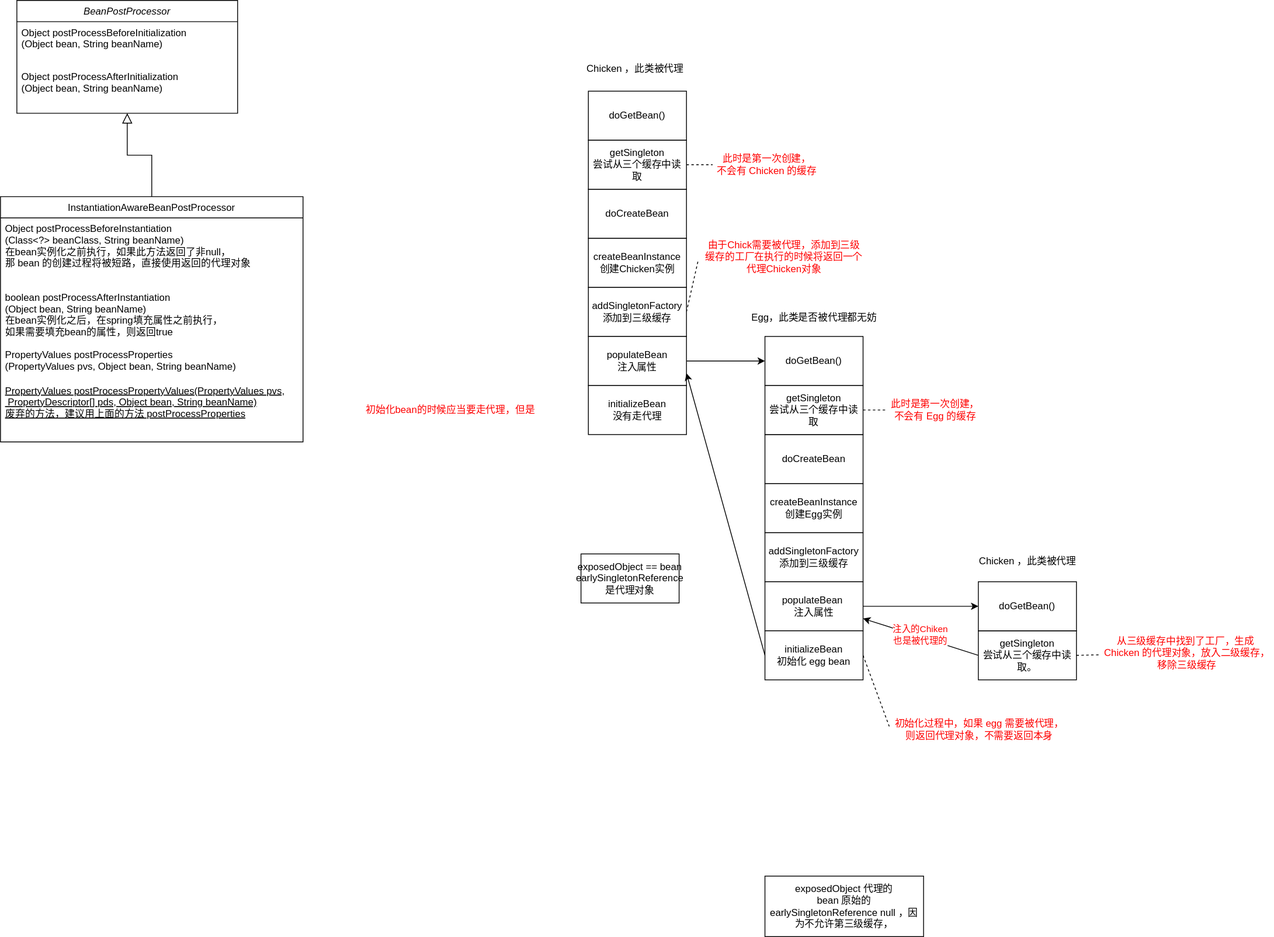
This is spring.svg from peihuanhuan/draw.io, a draw.io export, as it was before one commit. Source tidied: cells renumbered, new cells last; positions are measured from the earlier drawing's top-left corner, leaving out a move shared by most shapes.
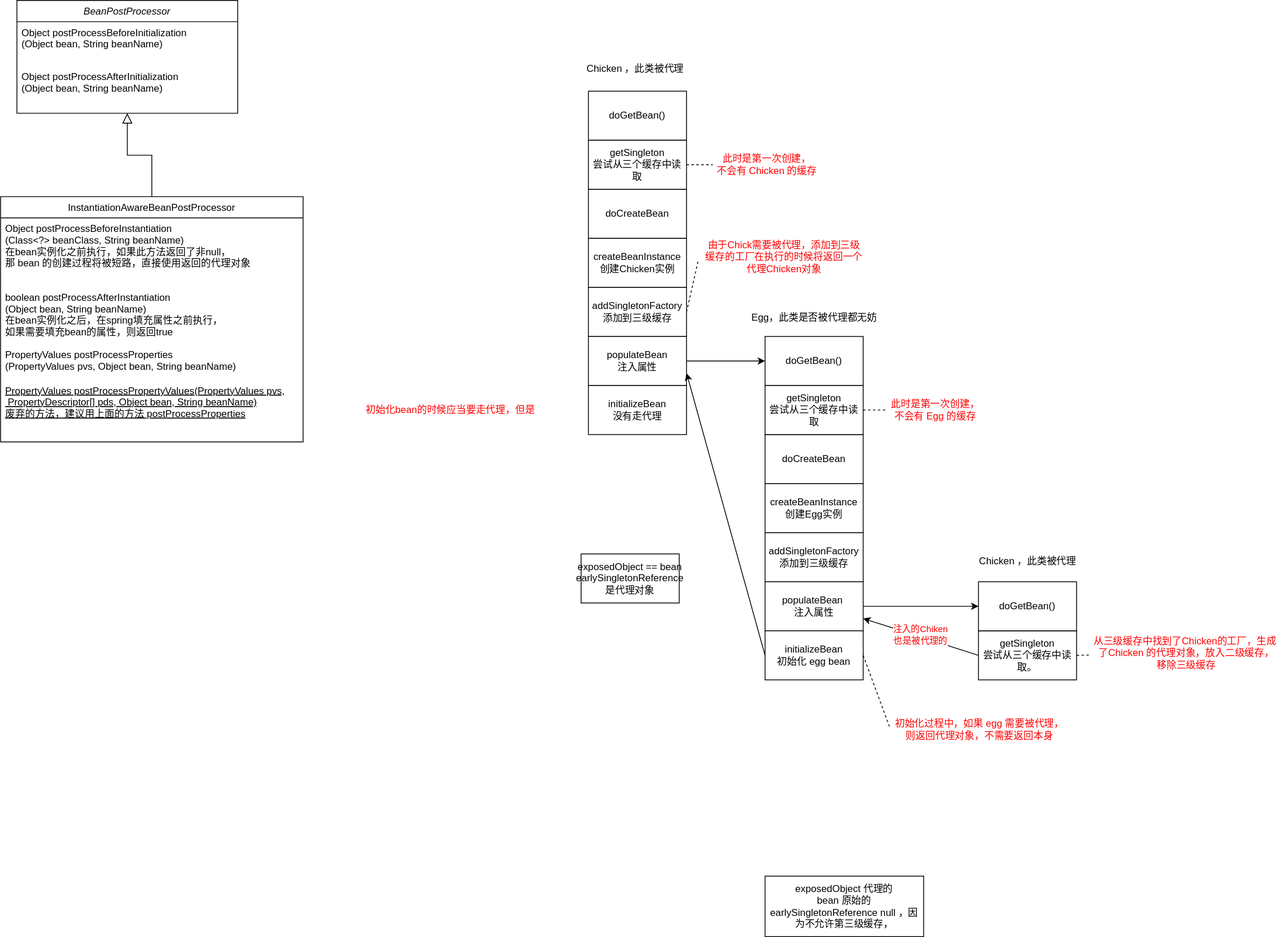
Above is the later version.

The edit, as a diff of the source:
```diff
@@ -116,8 +116,8 @@
     <mxCell id="39" value="getSingleton&lt;br&gt;尝试从三个缓存中读取。" style="rounded=0;whiteSpace=wrap;html=1;" parent="1" vertex="1">
       <mxGeometry x="1196" y="771" width="120" height="60" as="geometry" />
     </mxCell>
-    <mxCell id="40" value="&lt;div&gt;&lt;span&gt;&lt;font&gt;从三级缓存中找到了工厂，&lt;/font&gt;&lt;/span&gt;&lt;span&gt;生成&amp;nbsp;&lt;/span&gt;&lt;/div&gt;&lt;span&gt;Chicken 的&lt;/span&gt;&lt;span&gt;代理对象，放入二级缓存，&lt;br&gt;&lt;/span&gt;&lt;span&gt;移除三级缓存&lt;br&gt;&lt;/span&gt;" style="text;html=1;align=center;verticalAlign=middle;points=[];fontColor=#FF0000;" parent="1" vertex="1">
-      <mxGeometry x="1344" y="775" width="213" height="46" as="geometry" />
+    <mxCell id="40" value="&lt;div&gt;&lt;span&gt;&lt;font&gt;从三级缓存中找到了Chicken的工厂，&lt;/font&gt;&lt;/span&gt;&lt;span&gt;生成&amp;nbsp;&lt;/span&gt;&lt;/div&gt;&lt;span&gt;了Chicken 的&lt;/span&gt;&lt;span&gt;代理对象，放入二级缓存，&lt;br&gt;&lt;/span&gt;&lt;span&gt;移除三级缓存&lt;br&gt;&lt;/span&gt;" style="text;html=1;align=center;verticalAlign=middle;points=[];fontColor=#FF0000;" parent="1" vertex="1">
+      <mxGeometry x="1332" y="775" width="237" height="46" as="geometry" />
     </mxCell>
     <mxCell id="41" value="&lt;span style=&quot;color: rgb(0 , 0 , 0)&quot;&gt;Chicken ，此类被代理&lt;/span&gt;" style="text;html=1;align=center;verticalAlign=middle;fontColor=#FF0000;" parent="1" vertex="1">
       <mxGeometry x="1191.5" y="677" width="129" height="18" as="geometry" />
```
